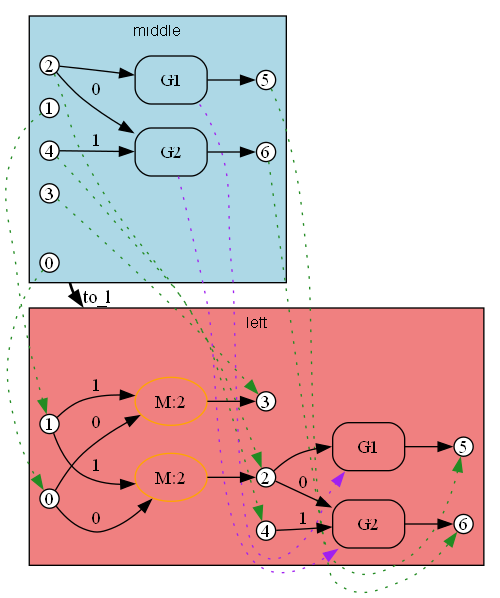
This is crates/bhyp/images/test_copy_subst_commute/path1_substitution_result_span_to_l.png from ammatsui/bhypvis, a Graphviz export, as it was before one commit. Its source is kept beside it as crates/bhyp/images/test_copy_subst_commute/path1_substitution_result_span_to_l.dot.
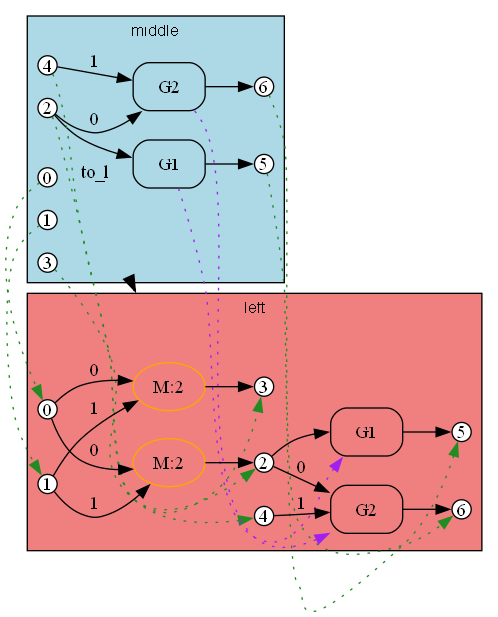
The same diagram one commit later.

The edit, as a diff of the source:
```diff
@@ -12,20 +12,20 @@
     fontname="Helvetica";
     fontsize=12;
 
+    dom_n6 [label="6", shape=circle, style=filled, fillcolor=white, color="black", width=0.2, height=0.2, fixedsize=true];
+    dom_n5 [label="5", shape=circle, style=filled, fillcolor=white, color="black", width=0.2, height=0.2, fixedsize=true];
+    dom_n3 [label="3", shape=circle, style=filled, fillcolor=white, color="black", width=0.2, height=0.2, fixedsize=true];
+    dom_n1 [label="1", shape=circle, style=filled, fillcolor=white, color="black", width=0.2, height=0.2, fixedsize=true];
+    dom_n2 [label="2", shape=circle, style=filled, fillcolor=white, color="black", width=0.2, height=0.2, fixedsize=true];
     dom_n4 [label="4", shape=circle, style=filled, fillcolor=white, color="black", width=0.2, height=0.2, fixedsize=true];
     dom_n0 [label="0", shape=circle, style=filled, fillcolor=white, color="black", width=0.2, height=0.2, fixedsize=true];
-    dom_n3 [label="3", shape=circle, style=filled, fillcolor=white, color="black", width=0.2, height=0.2, fixedsize=true];
-    dom_n2 [label="2", shape=circle, style=filled, fillcolor=white, color="black", width=0.2, height=0.2, fixedsize=true];
-    dom_n5 [label="5", shape=circle, style=filled, fillcolor=white, color="black", width=0.2, height=0.2, fixedsize=true];
-    dom_n6 [label="6", shape=circle, style=filled, fillcolor=white, color="black", width=0.2, height=0.2, fixedsize=true];
-    dom_n1 [label="1", shape=circle, style=filled, fillcolor=white, color="black", width=0.2, height=0.2, fixedsize=true];
+    dom_e0 [label="G2", shape=box, style=rounded, color="black"];
     dom_e1 [label="G1", shape=box, style=rounded, color="black"];
-    dom_e0 [label="G2", shape=box, style=rounded, color="black"];
-    dom_n2 -> dom_e1 [label=""];
-    dom_e1 -> dom_n5 [label=""];
     dom_n2 -> dom_e0 [label="0"];
     dom_n4 -> dom_e0 [label="1"];
     dom_e0 -> dom_n6 [label=""];
+    dom_n2 -> dom_e1 [label=""];
+    dom_e1 -> dom_n5 [label=""];
     dom_anchor [shape=point, width=0, height=0, style=invis];
   }
 
@@ -36,25 +36,25 @@
     fontname="Helvetica";
     fontsize=12;
 
+    cod_n4 [label="4", shape=circle, style=filled, fillcolor=white, color="black", width=0.2, height=0.2, fixedsize=true];
+    cod_n3 [label="3", shape=circle, style=filled, fillcolor=white, color="black", width=0.2, height=0.2, fixedsize=true];
     cod_n5 [label="5", shape=circle, style=filled, fillcolor=white, color="black", width=0.2, height=0.2, fixedsize=true];
     cod_n6 [label="6", shape=circle, style=filled, fillcolor=white, color="black", width=0.2, height=0.2, fixedsize=true];
+    cod_n1 [label="1", shape=circle, style=filled, fillcolor=white, color="black", width=0.2, height=0.2, fixedsize=true];
     cod_n2 [label="2", shape=circle, style=filled, fillcolor=white, color="black", width=0.2, height=0.2, fixedsize=true];
-    cod_n4 [label="4", shape=circle, style=filled, fillcolor=white, color="black", width=0.2, height=0.2, fixedsize=true];
     cod_n0 [label="0", shape=circle, style=filled, fillcolor=white, color="black", width=0.2, height=0.2, fixedsize=true];
-    cod_n1 [label="1", shape=circle, style=filled, fillcolor=white, color="black", width=0.2, height=0.2, fixedsize=true];
-    cod_n3 [label="3", shape=circle, style=filled, fillcolor=white, color="black", width=0.2, height=0.2, fixedsize=true];
     cod_e1 [label="M:2", shape=ellipse, style=rounded, color="orange"];
+    cod_e0 [label="M:2", shape=ellipse, style=rounded, color="orange"];
     cod_e3 [label="G1", shape=box, style=rounded, color="black"];
-    cod_e0 [label="M:2", shape=ellipse, style=rounded, color="orange"];
     cod_e2 [label="G2", shape=box, style=rounded, color="black"];
     cod_n0 -> cod_e1 [label="0"];
     cod_n1 -> cod_e1 [label="1"];
     cod_e1 -> cod_n3 [label=""];
-    cod_n2 -> cod_e3 [label=""];
-    cod_e3 -> cod_n5 [label=""];
     cod_n0 -> cod_e0 [label="0"];
     cod_n1 -> cod_e0 [label="1"];
     cod_e0 -> cod_n2 [label=""];
+    cod_n2 -> cod_e3 [label=""];
+    cod_e3 -> cod_n5 [label=""];
     cod_n2 -> cod_e2 [label="0"];
     cod_n4 -> cod_e2 [label="1"];
     cod_e2 -> cod_n6 [label=""];
@@ -62,10 +62,10 @@
   }
 
   dom_n0 -> cod_n0 [style=dotted, color=forestgreen, constraint=false];
+  dom_n2 -> cod_n2 [style=dotted, color=forestgreen, constraint=false];
+  dom_n4 -> cod_n4 [style=dotted, color=forestgreen, constraint=false];
   dom_n3 -> cod_n3 [style=dotted, color=forestgreen, constraint=false];
   dom_n6 -> cod_n6 [style=dotted, color=forestgreen, constraint=false];
-  dom_n4 -> cod_n4 [style=dotted, color=forestgreen, constraint=false];
-  dom_n2 -> cod_n2 [style=dotted, color=forestgreen, constraint=false];
   dom_n1 -> cod_n1 [style=dotted, color=forestgreen, constraint=false];
   dom_n5 -> cod_n5 [style=dotted, color=forestgreen, constraint=false];
   dom_e1 -> cod_e3 [style=dotted, color=purple, constraint=false];
```
